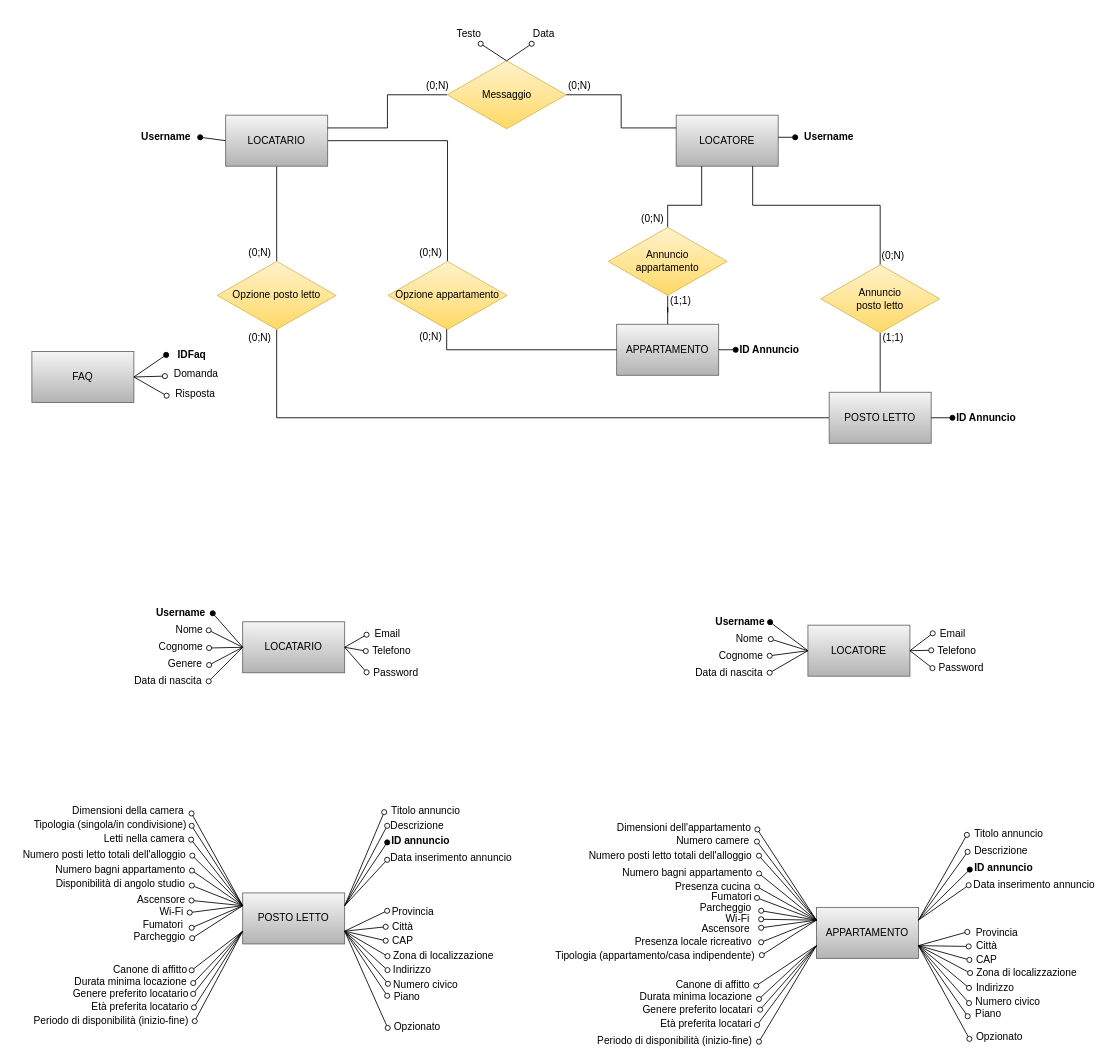
fd-col/RentAdvisor keeps this draw.io diagram as Database/Schema_ER_database.drawio. Above is the earlier version. Source tidied: cells renumbered, new cells numbered last; positions are measured from the earlier drawing's top-left corner, leaving out a move shared by most shapes. Both pictures are drawn from the tidied source at 85%, with x=0, y=0 at pixel (14, 26).
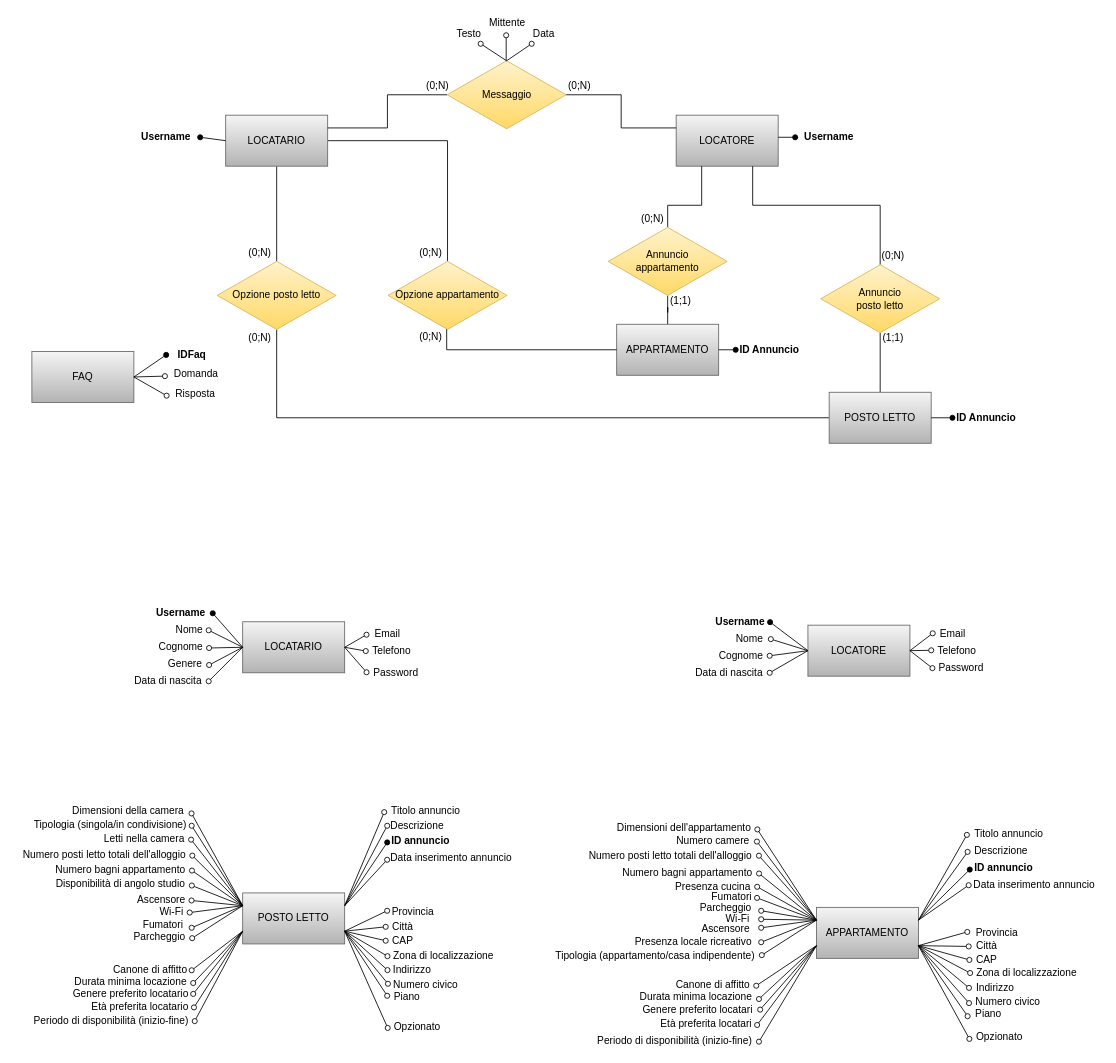
Above is the later version.

Commit message (it also covers changes not shown here):
Modifica schema ER

Change to the diagram source:
```diff
@@
+    <mxCell id="194" style="endArrow=oval;html=1;rounded=0;endFill=0;" parent="1" edge="1">
+      <mxGeometry relative="1" as="geometry">
+        <mxPoint x="578" y="41" as="sourcePoint" />
+        <mxPoint x="578" y="11" as="targetPoint" />
+      </mxGeometry>
+    </mxCell>
+    <mxCell id="195" value="Mittente" style="text;html=1;align=center;verticalAlign=middle;strokeColor=none;fillColor=none;" parent="1" vertex="1">
+      <mxGeometry x="548.5" y="-13" width="60" height="20" as="geometry" />
+    </mxCell>
```
